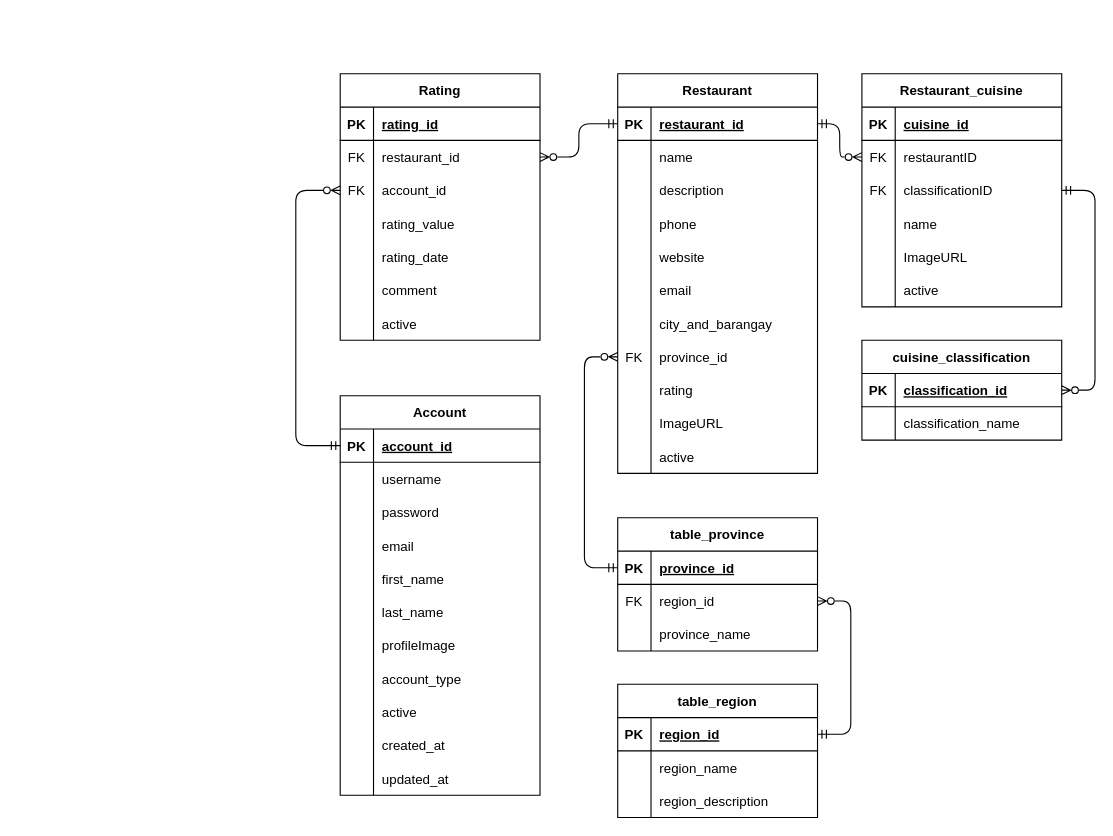
This is erd.drawio from AriesJ12/Full-fledge-website-first-, a draw.io file, before an edit. Source tidied: cells renumbered, new cells numbered last; positions are measured from the earlier drawing's top-left corner, leaving out a move shared by most shapes. Both pictures are drawn from the tidied source at 111%, with x=0, y=0 at pixel (295, 73).
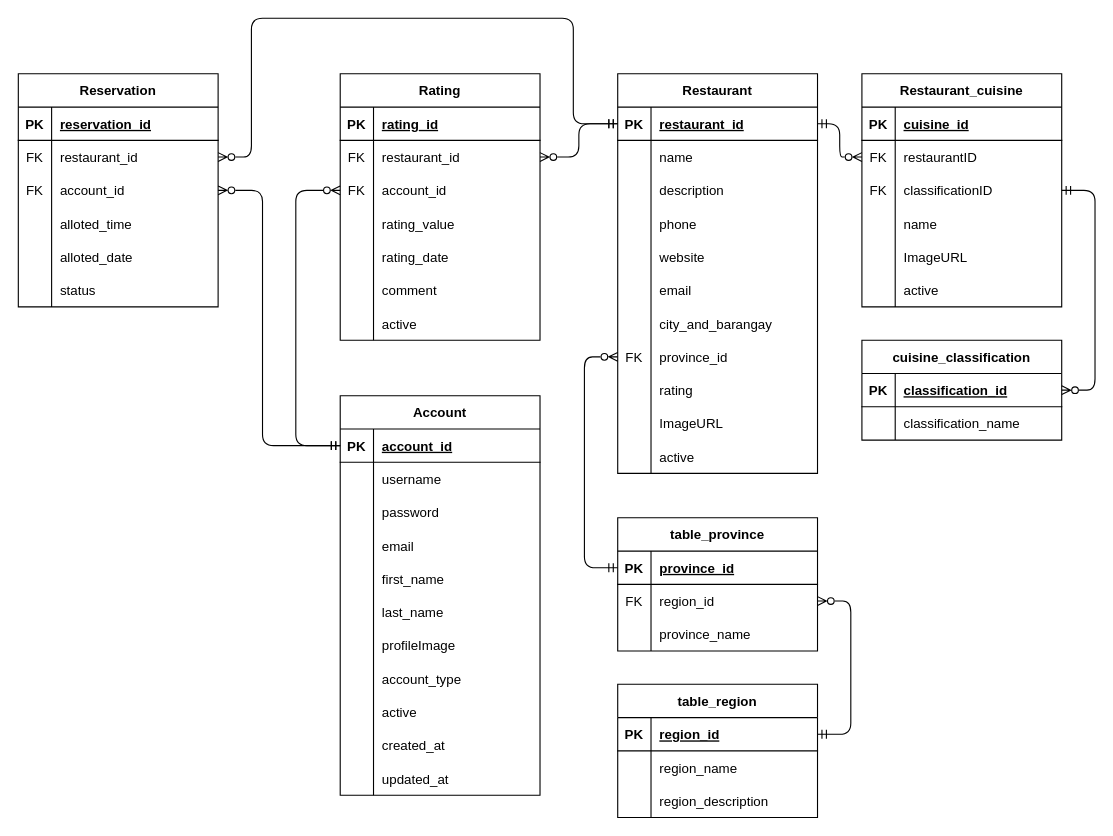
The same page after the edit.

The change refers to these unchanged cells:
```xml
<mxCell id="3" style="shape=tableRow;horizontal=0;startSize=0;swimlaneHead=0;swimlaneBody=0;fillColor=none;points=[[0,0.5],[1,0.5]];portConstraint=eastwest;top=0;left=0;right=0;bottom=1;" parent="2" vertex="1">
  <mxGeometry y="30" width="180" height="30" as="geometry" />
</mxCell>
<mxCell id="59" style="shape=tableRow;horizontal=0;startSize=0;swimlaneHead=0;swimlaneBody=0;fillColor=none;points=[[0,0.5],[1,0.5]];portConstraint=eastwest;top=0;left=0;right=0;bottom=1;" parent="58" vertex="1">
  <mxGeometry y="30" width="180" height="30" as="geometry" />
</mxCell>
```

Change to the diagram source:
```diff
@@
+    <mxCell id="144" value="Reservation" style="shape=table;startSize=30;childLayout=tableLayout;rowLines=0;fontStyle=1;align=center;" parent="1" vertex="1">
+      <mxGeometry x="-250" width="180" height="210" as="geometry" />
+    </mxCell>
+    <mxCell id="145" style="shape=tableRow;horizontal=0;startSize=0;swimlaneHead=0;swimlaneBody=0;fillColor=none;top=0;left=0;right=0;bottom=1;" parent="144" vertex="1">
+      <mxGeometry y="30" width="180" height="30" as="geometry" />
+    </mxCell>
+    <mxCell id="146" value="PK" style="shape=partialRectangle;fillColor=none;top=0;left=0;bottom=0;right=0;fontStyle=1;overflow=hidden;" parent="145" vertex="1">
+      <mxGeometry width="30" height="30" as="geometry" />
+    </mxCell>
+    <mxCell id="147" value="reservation_id" style="shape=partialRectangle;fillColor=none;top=0;left=0;bottom=0;right=0;align=left;spacingLeft=6;fontStyle=5;overflow=hidden;" parent="145" vertex="1">
+      <mxGeometry x="30" width="150" height="30" as="geometry" />
+    </mxCell>
+    <mxCell id="148" style="shape=tableRow;horizontal=0;startSize=0;swimlaneHead=0;swimlaneBody=0;fillColor=none;points=[[0,0.5],[1,0.5]];portConstraint=eastwest;top=0;left=0;right=0;bottom=0;" parent="144" vertex="1">
+      <mxGeometry y="60" width="180" height="30" as="geometry" />
+    </mxCell>
+    <mxCell id="149" value="FK" style="shape=partialRectangle;fillColor=none;top=0;left=0;bottom=0;right=0;overflow=hidden;" parent="148" vertex="1">
+      <mxGeometry width="30" height="30" as="geometry" />
+    </mxCell>
+    <mxCell id="150" value="restaurant_id" style="shape=partialRectangle;fillColor=none;top=0;left=0;bottom=0;right=0;align=left;spacingLeft=6;overflow=hidden;" parent="148" vertex="1">
+      <mxGeometry x="30" width="150" height="30" as="geometry" />
+    </mxCell>
+    <mxCell id="151" style="shape=tableRow;horizontal=0;startSize=0;swimlaneHead=0;swimlaneBody=0;fillColor=none;points=[[0,0.5],[1,0.5]];portConstraint=eastwest;top=0;left=0;right=0;bottom=0;" parent="144" vertex="1">
+      <mxGeometry y="90" width="180" height="30" as="geometry" />
+    </mxCell>
+    <mxCell id="152" value="FK" style="shape=partialRectangle;fillColor=none;top=0;left=0;bottom=0;right=0;overflow=hidden;" parent="151" vertex="1">
+      <mxGeometry width="30" height="30" as="geometry" />
+    </mxCell>
+    <mxCell id="153" value="account_id" style="shape=partialRectangle;fillColor=none;top=0;left=0;bottom=0;right=0;align=left;spacingLeft=6;overflow=hidden;" parent="151" vertex="1">
+      <mxGeometry x="30" width="150" height="30" as="geometry" />
+    </mxCell>
+    <mxCell id="154" style="shape=tableRow;horizontal=0;startSize=0;swimlaneHead=0;swimlaneBody=0;fillColor=none;top=0;left=0;right=0;bottom=0;" parent="144" vertex="1">
+      <mxGeometry y="120" width="180" height="30" as="geometry" />
+    </mxCell>
+    <mxCell id="155" style="shape=partialRectangle;fillColor=none;top=0;left=0;bottom=0;right=0;overflow=hidden;" parent="154" vertex="1">
+      <mxGeometry width="30" height="30" as="geometry" />
+    </mxCell>
+    <mxCell id="156" value="alloted_time" style="shape=partialRectangle;fillColor=none;top=0;left=0;bottom=0;right=0;align=left;spacingLeft=6;overflow=hidden;" parent="154" vertex="1">
+      <mxGeometry x="30" width="150" height="30" as="geometry" />
+    </mxCell>
+    <mxCell id="157" style="shape=tableRow;horizontal=0;startSize=0;swimlaneHead=0;swimlaneBody=0;fillColor=none;top=0;left=0;right=0;bottom=0;" parent="144" vertex="1">
+      <mxGeometry y="150" width="180" height="30" as="geometry" />
+    </mxCell>
+    <mxCell id="158" style="shape=partialRectangle;fillColor=none;top=0;left=0;bottom=0;right=0;overflow=hidden;" parent="157" vertex="1">
+      <mxGeometry width="30" height="30" as="geometry" />
+    </mxCell>
+    <mxCell id="159" value="alloted_date" style="shape=partialRectangle;fillColor=none;top=0;left=0;bottom=0;right=0;align=left;spacingLeft=6;overflow=hidden;" parent="157" vertex="1">
+      <mxGeometry x="30" width="150" height="30" as="geometry" />
+    </mxCell>
+    <mxCell id="160" style="shape=tableRow;horizontal=0;startSize=0;swimlaneHead=0;swimlaneBody=0;fillColor=none;top=0;left=0;right=0;bottom=0;" parent="144" vertex="1">
+      <mxGeometry y="180" width="180" height="30" as="geometry" />
+    </mxCell>
+    <mxCell id="161" style="shape=partialRectangle;fillColor=none;top=0;left=0;bottom=0;right=0;overflow=hidden;" parent="160" vertex="1">
+      <mxGeometry width="30" height="30" as="geometry" />
+    </mxCell>
+    <mxCell id="162" value="status" style="shape=partialRectangle;fillColor=none;top=0;left=0;bottom=0;right=0;align=left;spacingLeft=6;overflow=hidden;" parent="160" vertex="1">
+      <mxGeometry x="30" width="150" height="30" as="geometry" />
+    </mxCell>
+    <mxCell id="163" style="edgeStyle=none;html=1;exitX=1;exitY=0.5;exitDx=0;exitDy=0;entryX=0;entryY=0.5;entryDx=0;entryDy=0;endArrow=ERmandOne;endFill=0;startArrow=ERzeroToMany;startFill=0;" parent="1" edge="1" source="151" target="3">
+      <mxGeometry relative="1" as="geometry">
+        <Array as="points">
+          <mxPoint x="-30" y="105" />
+          <mxPoint x="-30" y="335" />
+        </Array>
+      </mxGeometry>
+    </mxCell>
+    <mxCell id="164" style="edgeStyle=none;html=1;exitX=1;exitY=0.5;exitDx=0;exitDy=0;entryX=0;entryY=0.5;entryDx=0;entryDy=0;startArrow=ERzeroToMany;startFill=0;endArrow=ERmandOne;endFill=0;" parent="1" edge="1" source="148" target="59">
+      <mxGeometry relative="1" as="geometry">
+        <Array as="points">
+          <mxPoint x="-40" y="75" />
+          <mxPoint x="-40" y="-50" />
+          <mxPoint x="250" y="-50" />
+          <mxPoint x="250" y="45" />
+        </Array>
+      </mxGeometry>
+    </mxCell>
```
